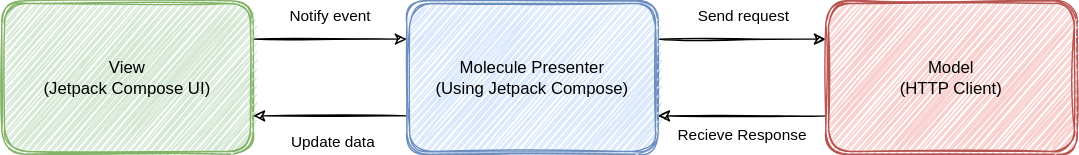
Above: docs/architecture.drawio.svg in kaleidot725/Jetpack-Compose-Rin-Demo- (draw.io), before the change. Source tidied: cells renumbered, new cells last; positions are measured from the earlier drawing's top-left corner, leaving out a move shared by most shapes.
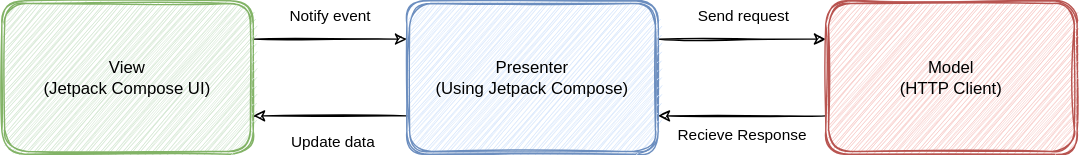
After the change.

What changed in the source:
```diff
@@ -24,7 +24,7 @@
     <mxCell id="7" style="edgeStyle=none;html=1;exitX=0;exitY=0.75;exitDx=0;exitDy=0;entryX=1;entryY=0.75;entryDx=0;entryDy=0;sketch=1;" parent="1" edge="1" source="8" target="4">
       <mxGeometry relative="1" as="geometry" />
     </mxCell>
-    <mxCell id="8" value="Molecule Presenter&lt;br&gt;(Using Jetpack Compose)" style="shape=ext;double=1;rounded=1;whiteSpace=wrap;html=1;fillColor=#dae8fc;strokeColor=#6c8ebf;sketch=1;" parent="1" vertex="1">
+    <mxCell id="8" value="Presenter&lt;br&gt;(Using Jetpack Compose)" style="shape=ext;double=1;rounded=1;whiteSpace=wrap;html=1;fillColor=#dae8fc;strokeColor=#6c8ebf;sketch=1;" parent="1" vertex="1">
       <mxGeometry x="290" width="180" height="110" as="geometry" />
     </mxCell>
     <mxCell id="9" style="edgeStyle=none;html=1;exitX=0;exitY=0.75;exitDx=0;exitDy=0;entryX=1;entryY=0.75;entryDx=0;entryDy=0;sketch=1;" parent="1" edge="1" source="10" target="8">
```
